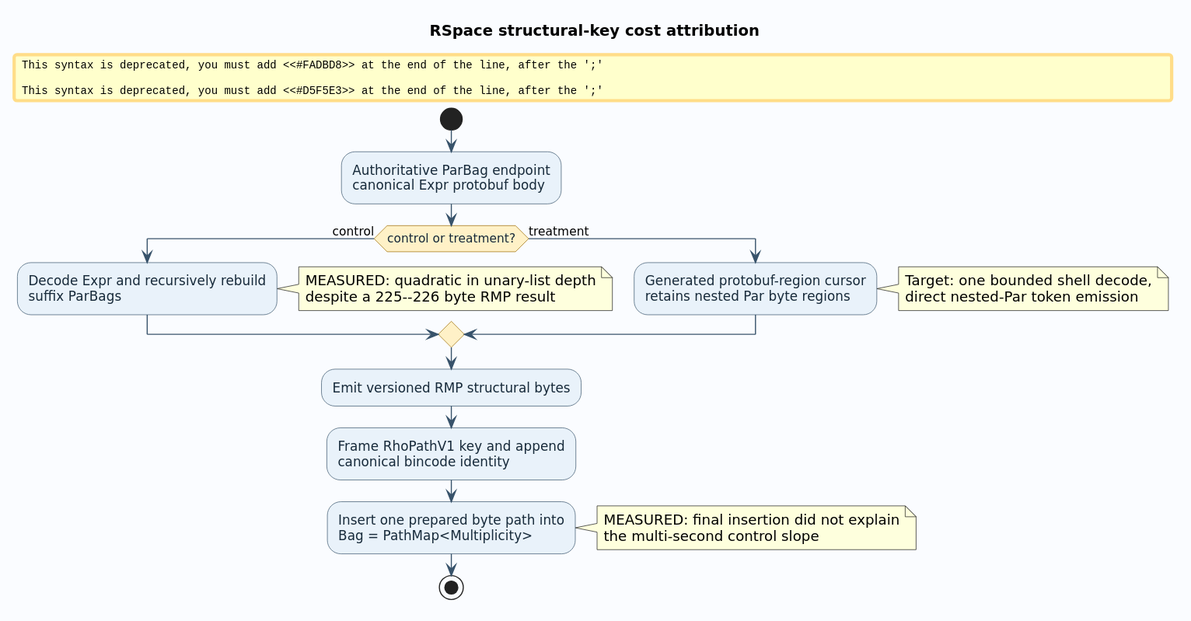
Earlier version of the PlantUML export docs/design/pathmap/figures/rspace-structural-key-attribution.svg (F1R3FLY-io/f1r3node-rust). The source it was exported from:
```plantuml
@startuml
skinparam backgroundColor #FAFCFF
skinparam shadowing false
skinparam defaultFontName DejaVu Sans
skinparam ArrowColor #38536B
skinparam activity {
  BackgroundColor #E9F2FA
  BorderColor #38536B
  FontColor #172A3A
  DiamondBackgroundColor #FFF1C7
  DiamondBorderColor #9C6A00
}

title RSpace structural-key cost attribution

start
:Authoritative ParBag endpoint\ncanonical Expr protobuf body;
if (control or treatment?) then (control)
  #FADBD8:Decode Expr and recursively rebuild\nsuffix ParBags;
  note right
    MEASURED: quadratic in unary-list depth
    despite a 225--226 byte RMP result
  end note
else (treatment)
  #D5F5E3:Generated protobuf-region cursor\nretains nested Par byte regions;
  note right
    Target: one bounded shell decode,
    direct nested-Par token emission
  end note
endif
:Emit versioned RMP structural bytes;
:Frame RhoPathV1 key and append\ncanonical bincode identity;
#D5F5E3:Insert one prepared byte path into\nBag = PathMap<Multiplicity>;
note right
  MEASURED: final insertion did not explain
  the multi-second control slope
end note
stop
@enduml
```
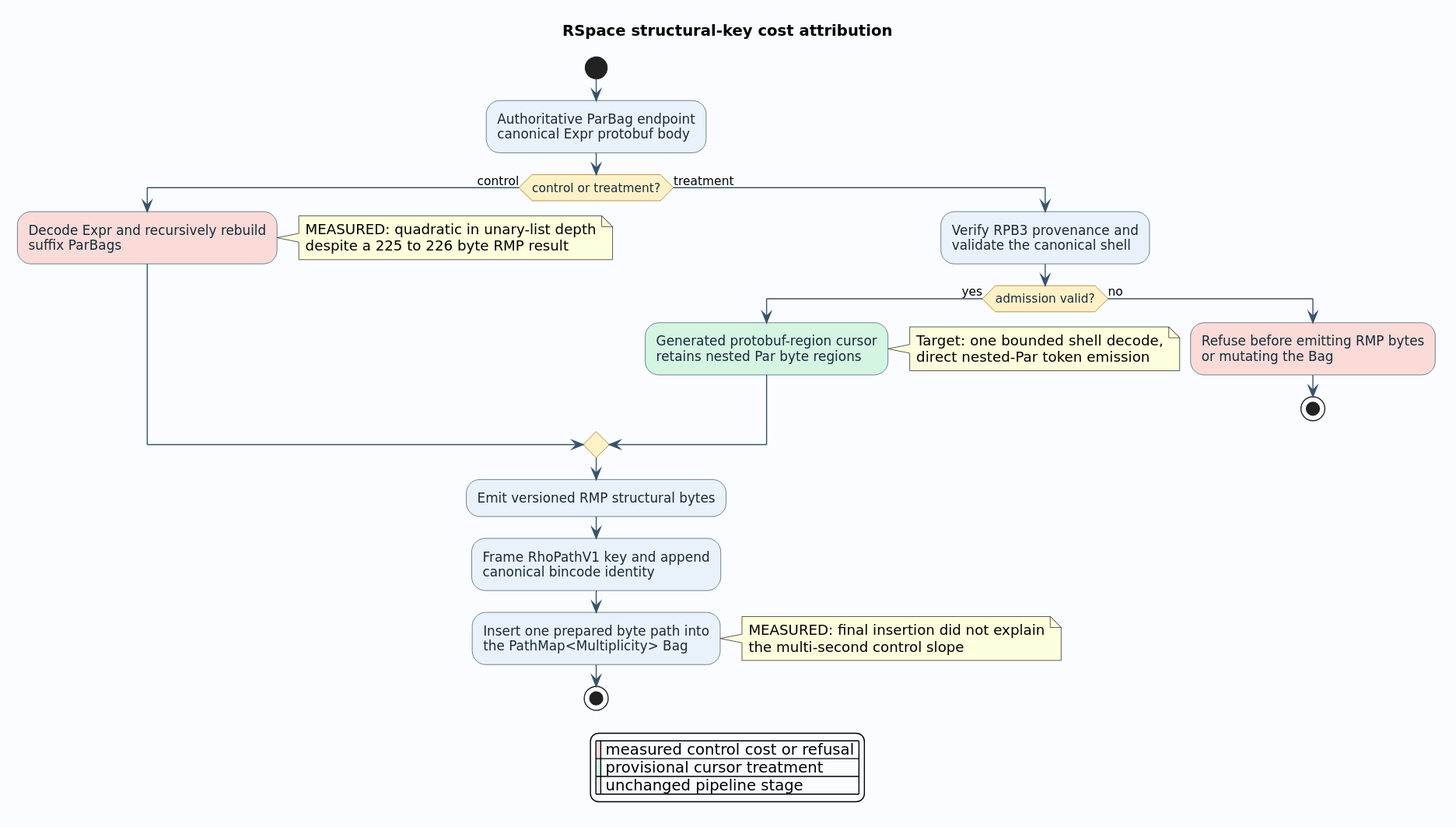
Later version of the same file.

Change to the diagram source:
```diff
@@ -16,24 +16,36 @@
 start
 :Authoritative ParBag endpoint\ncanonical Expr protobuf body;
 if (control or treatment?) then (control)
-  #FADBD8:Decode Expr and recursively rebuild\nsuffix ParBags;
+  :Decode Expr and recursively rebuild\nsuffix ParBags; <<#FADBD8>>
   note right
     MEASURED: quadratic in unary-list depth
-    despite a 225--226 byte RMP result
+    despite a 225 to 226 byte RMP result
   end note
 else (treatment)
-  #D5F5E3:Generated protobuf-region cursor\nretains nested Par byte regions;
-  note right
-    Target: one bounded shell decode,
-    direct nested-Par token emission
-  end note
+  :Verify RPB3 provenance and\nvalidate the canonical shell;
+  if (admission valid?) then (yes)
+    :Generated protobuf-region cursor\nretains nested Par byte regions; <<#D5F5E3>>
+    note right
+      Target: one bounded shell decode,
+      direct nested-Par token emission
+    end note
+  else (no)
+    :Refuse before emitting RMP bytes\nor mutating the Bag; <<#FADBD8>>
+    stop
+  endif
 endif
 :Emit versioned RMP structural bytes;
 :Frame RhoPathV1 key and append\ncanonical bincode identity;
-#D5F5E3:Insert one prepared byte path into\nBag = PathMap<Multiplicity>;
+:Insert one prepared byte path into\nthe PathMap<Multiplicity> Bag;
 note right
   MEASURED: final insertion did not explain
   the multi-second control slope
 end note
 stop
+
+legend bottom
+  |<#FADBD8>| measured control cost or refusal |
+  |<#D5F5E3>| provisional cursor treatment |
+  |<#E9F2FA>| unchanged pipeline stage |
+endlegend
 @enduml
```
